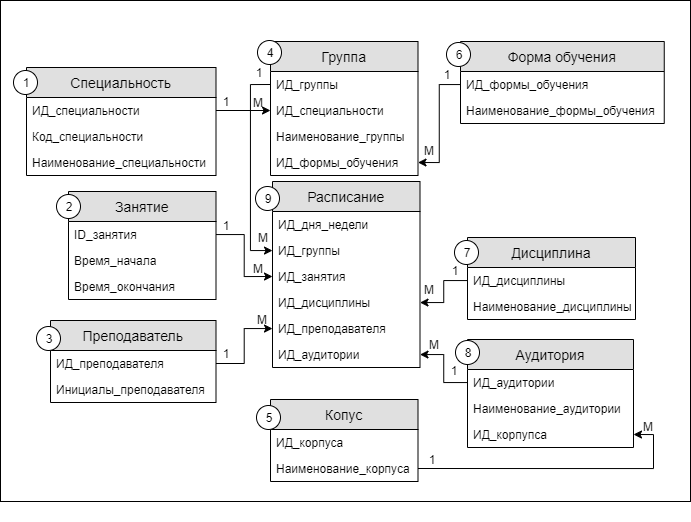
Above: база_данных.png in Sayikoro/DBFRead (draw.io), before the change. Source tidied: cells renumbered, new cells last; positions are measured from the earlier drawing's top-left corner, leaving out a move shared by most shapes.
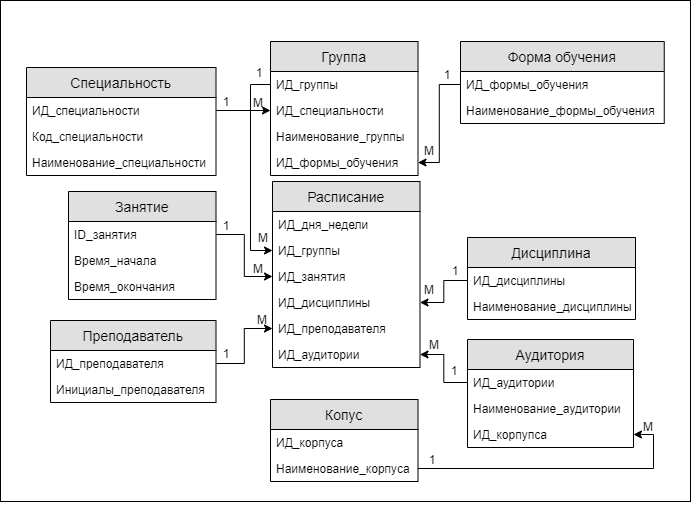
The same file after the commit.

What changed in the source:
```diff
@@ -191,86 +191,5 @@
     <mxCell id="63" value="М" style="text;html=1;strokeColor=none;fillColor=none;align=center;verticalAlign=middle;whiteSpace=wrap;rounded=0;" parent="1" vertex="1">
       <mxGeometry x="238" y="258" width="40" height="20" as="geometry" />
     </mxCell>
-    <mxCell id="64" style="group;" parent="1" vertex="1">
-      <mxGeometry x="6" y="70" width="40" height="24" as="geometry" />
-    </mxCell>
-    <mxCell id="65" style="ellipse;whiteSpace=wrap;html=1;" parent="64" vertex="1">
-      <mxGeometry x="7" width="24" height="24" as="geometry" />
-    </mxCell>
-    <mxCell id="66" value="1" style="text;html=1;strokeColor=none;fillColor=none;align=center;verticalAlign=middle;whiteSpace=wrap;rounded=0;" parent="64" vertex="1">
-      <mxGeometry y="2" width="40" height="20" as="geometry" />
-    </mxCell>
-    <mxCell id="67" style="group;" parent="1" vertex="1">
-      <mxGeometry x="49" y="194" width="40" height="24" as="geometry" />
-    </mxCell>
-    <mxCell id="68" style="ellipse;whiteSpace=wrap;html=1;" parent="67" vertex="1">
-      <mxGeometry x="7" width="24" height="24" as="geometry" />
-    </mxCell>
-    <mxCell id="69" value="2" style="text;html=1;strokeColor=none;fillColor=none;align=center;verticalAlign=middle;whiteSpace=wrap;rounded=0;" parent="67" vertex="1">
-      <mxGeometry y="2" width="40" height="20" as="geometry" />
-    </mxCell>
-    <mxCell id="70" style="group;" parent="1" vertex="1">
-      <mxGeometry x="29" y="326" width="40" height="24" as="geometry" />
-    </mxCell>
-    <mxCell id="71" style="ellipse;whiteSpace=wrap;html=1;" parent="70" vertex="1">
-      <mxGeometry x="7" width="24" height="24" as="geometry" />
-    </mxCell>
-    <mxCell id="72" value="3" style="text;html=1;strokeColor=none;fillColor=none;align=center;verticalAlign=middle;whiteSpace=wrap;rounded=0;" parent="70" vertex="1">
-      <mxGeometry y="2" width="40" height="20" as="geometry" />
-    </mxCell>
-    <mxCell id="73" style="group;" parent="1" vertex="1">
-      <mxGeometry x="250" y="40" width="40" height="24" as="geometry" />
-    </mxCell>
-    <mxCell id="74" style="ellipse;whiteSpace=wrap;html=1;" parent="73" vertex="1">
-      <mxGeometry x="7" width="24" height="24" as="geometry" />
-    </mxCell>
-    <mxCell id="75" value="4" style="text;html=1;strokeColor=none;fillColor=none;align=center;verticalAlign=middle;whiteSpace=wrap;rounded=0;" parent="73" vertex="1">
-      <mxGeometry y="2" width="40" height="20" as="geometry" />
-    </mxCell>
-    <mxCell id="76" style="group;" parent="1" vertex="1">
-      <mxGeometry x="249" y="405" width="40" height="24" as="geometry" />
-    </mxCell>
-    <mxCell id="77" style="ellipse;whiteSpace=wrap;html=1;" parent="76" vertex="1">
-      <mxGeometry x="7" width="24" height="24" as="geometry" />
-    </mxCell>
-    <mxCell id="78" value="5" style="text;html=1;strokeColor=none;fillColor=none;align=center;verticalAlign=middle;whiteSpace=wrap;rounded=0;" parent="76" vertex="1">
-      <mxGeometry y="2" width="40" height="20" as="geometry" />
-    </mxCell>
-    <mxCell id="79" style="group;" parent="1" vertex="1">
-      <mxGeometry x="439" y="42" width="40" height="24" as="geometry" />
-    </mxCell>
-    <mxCell id="80" style="ellipse;whiteSpace=wrap;html=1;" parent="79" vertex="1">
-      <mxGeometry x="7" width="24" height="24" as="geometry" />
-    </mxCell>
-    <mxCell id="81" value="6" style="text;html=1;strokeColor=none;fillColor=none;align=center;verticalAlign=middle;whiteSpace=wrap;rounded=0;" parent="79" vertex="1">
-      <mxGeometry y="2" width="40" height="20" as="geometry" />
-    </mxCell>
-    <mxCell id="82" style="group;" parent="1" vertex="1">
-      <mxGeometry x="447" y="240" width="40" height="24" as="geometry" />
-    </mxCell>
-    <mxCell id="83" style="ellipse;whiteSpace=wrap;html=1;" parent="82" vertex="1">
-      <mxGeometry x="7" width="24" height="24" as="geometry" />
-    </mxCell>
-    <mxCell id="84" value="7" style="text;html=1;strokeColor=none;fillColor=none;align=center;verticalAlign=middle;whiteSpace=wrap;rounded=0;" parent="82" vertex="1">
-      <mxGeometry y="2" width="40" height="20" as="geometry" />
-    </mxCell>
-    <mxCell id="85" style="group;" parent="1" vertex="1">
-      <mxGeometry x="448" y="340" width="40" height="24" as="geometry" />
-    </mxCell>
-    <mxCell id="86" style="ellipse;whiteSpace=wrap;html=1;" parent="85" vertex="1">
-      <mxGeometry x="7" width="24" height="24" as="geometry" />
-    </mxCell>
-    <mxCell id="87" value="8" style="text;html=1;strokeColor=none;fillColor=none;align=center;verticalAlign=middle;whiteSpace=wrap;rounded=0;" parent="85" vertex="1">
-      <mxGeometry y="2" width="40" height="20" as="geometry" />
-    </mxCell>
-    <mxCell id="88" style="group;" parent="1" vertex="1">
-      <mxGeometry x="248" y="186" width="40" height="24" as="geometry" />
-    </mxCell>
-    <mxCell id="89" style="ellipse;whiteSpace=wrap;html=1;" parent="88" vertex="1">
-      <mxGeometry x="7" width="24" height="24" as="geometry" />
-    </mxCell>
-    <mxCell id="90" value="9" style="text;html=1;strokeColor=none;fillColor=none;align=center;verticalAlign=middle;whiteSpace=wrap;rounded=0;" parent="88" vertex="1">
-      <mxGeometry y="2" width="40" height="20" as="geometry" />
-    </mxCell>
   </root>
 </mxGraphModel>
```
